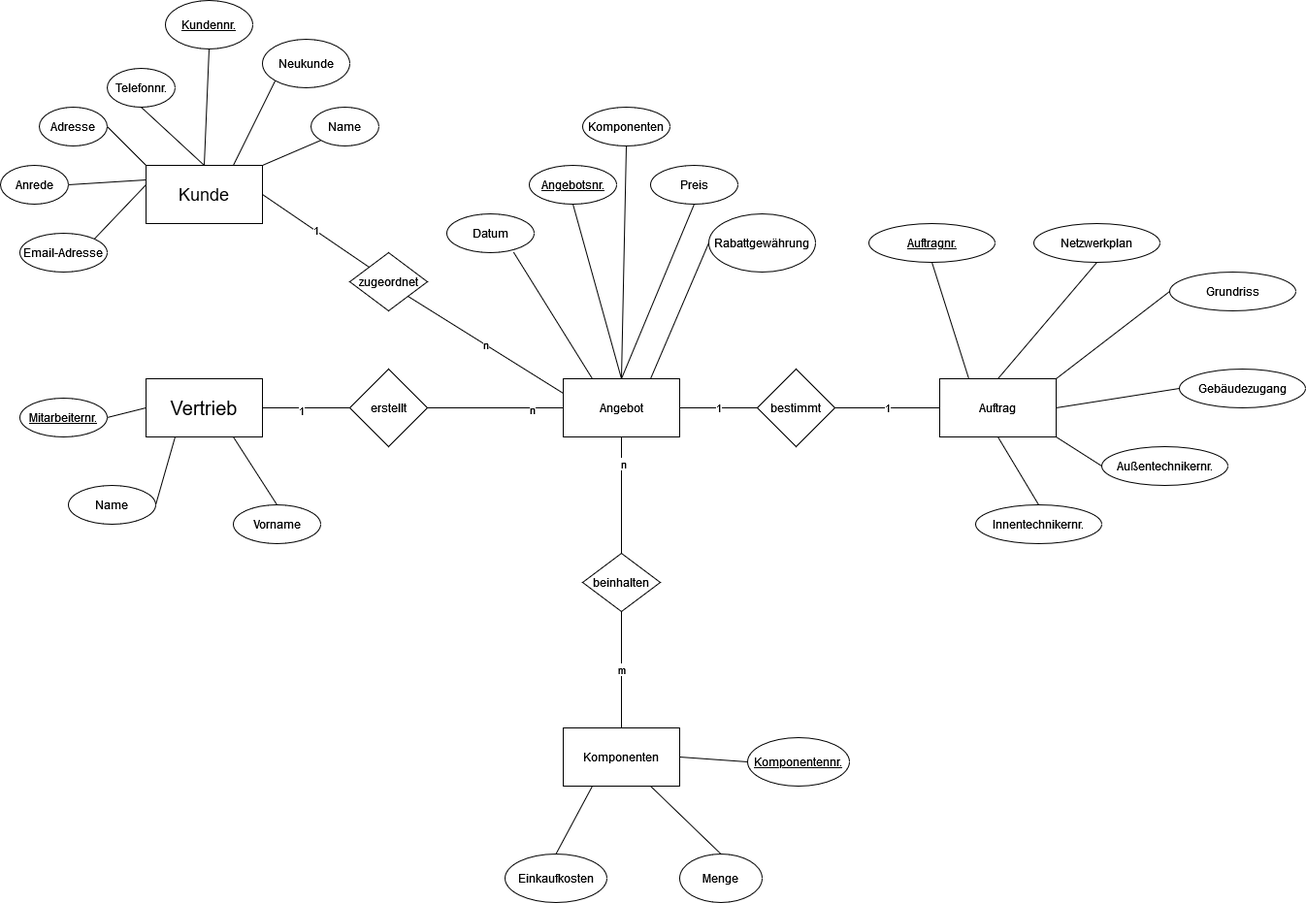
Above: images/ERM-Model.png in insgeheime4ergruppe/Projekt-1 (draw.io), before the change. Source tidied: cells renumbered, new cells last; positions are measured from the earlier drawing's top-left corner, leaving out a move shared by most shapes.
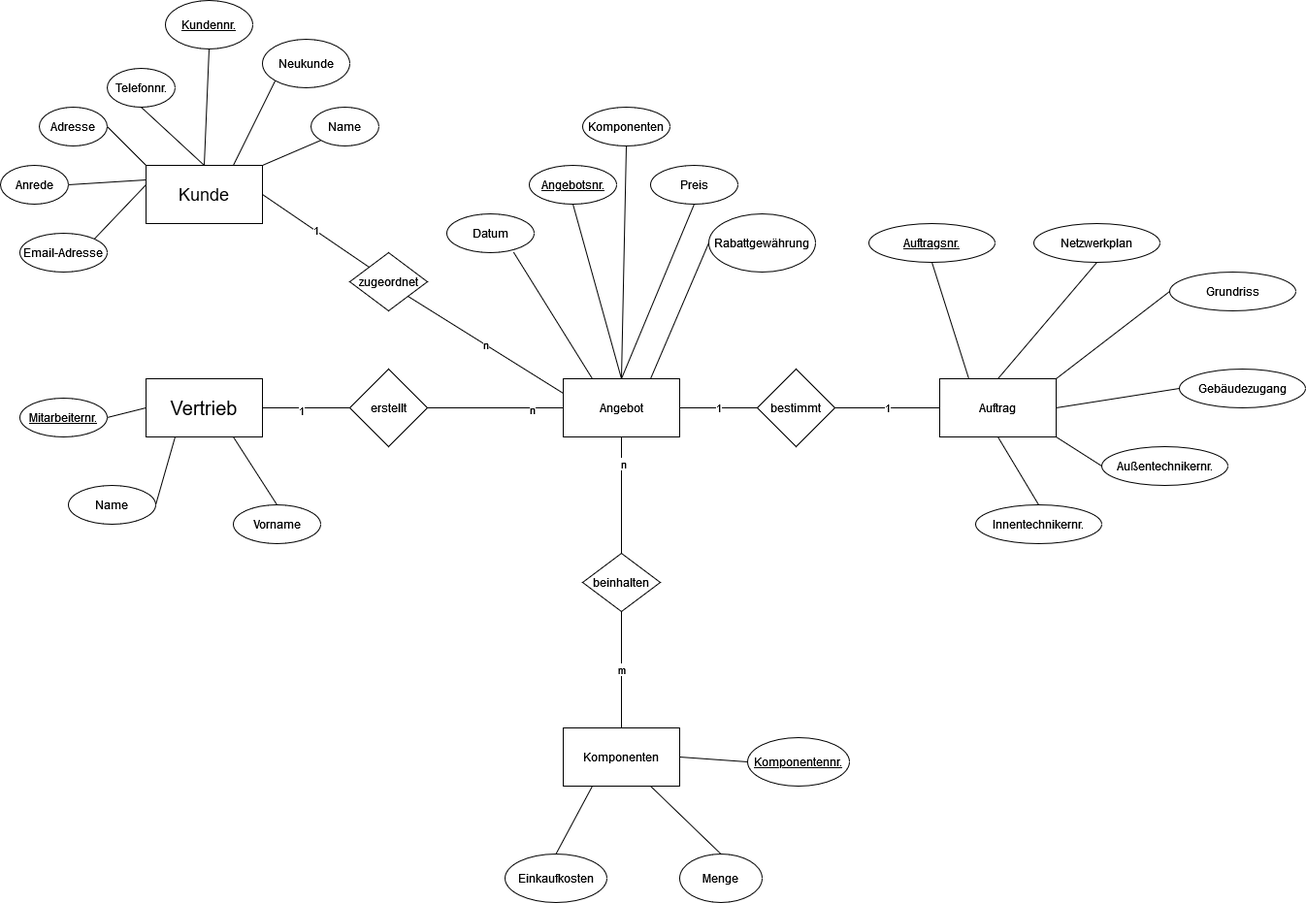
Later version of the same file.

Commit message:
Deployed 9ff15c4 with MkDocs version: 1.4.2

Change to the diagram source:
```diff
@@ -94,7 +94,7 @@
     <mxCell id="31" value="bestimmt" style="rhombus;whiteSpace=wrap;html=1;strokeWidth=1;" parent="1" vertex="1">
       <mxGeometry x="780" y="380" width="80" height="80" as="geometry" />
     </mxCell>
-    <mxCell id="32" value="&lt;u&gt;Auftragnr.&lt;/u&gt;" style="ellipse;whiteSpace=wrap;html=1;strokeWidth=1;" parent="1" vertex="1">
+    <mxCell id="32" value="&lt;u&gt;Auftragsnr.&lt;/u&gt;" style="ellipse;whiteSpace=wrap;html=1;strokeWidth=1;" parent="1" vertex="1">
       <mxGeometry x="895" y="230" width="130" height="40" as="geometry" />
     </mxCell>
     <mxCell id="33" style="endArrow=none;html=1;rounded=0;entryX=0.25;entryY=0;entryDx=0;entryDy=0;exitX=0.5;exitY=1;exitDx=0;exitDy=0;" parent="1" edge="1" source="32" target="26">
```
